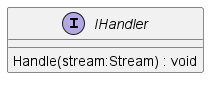
Before: PlantUml/MyHTTPServer/IHandler.png, a diagram exported from PlantUML (Fentan-kyc/MY_HTTP_SERVER).
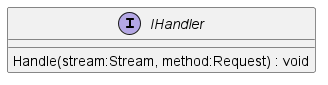
Above is the later version.

Diff of the diagram source:
```diff
@@ -1,5 +1,5 @@
 @startuml
 interface IHandler {
-    Handle(stream:Stream) : void
+    Handle(stream:Stream, method:Request) : void
 }
 @enduml
```
